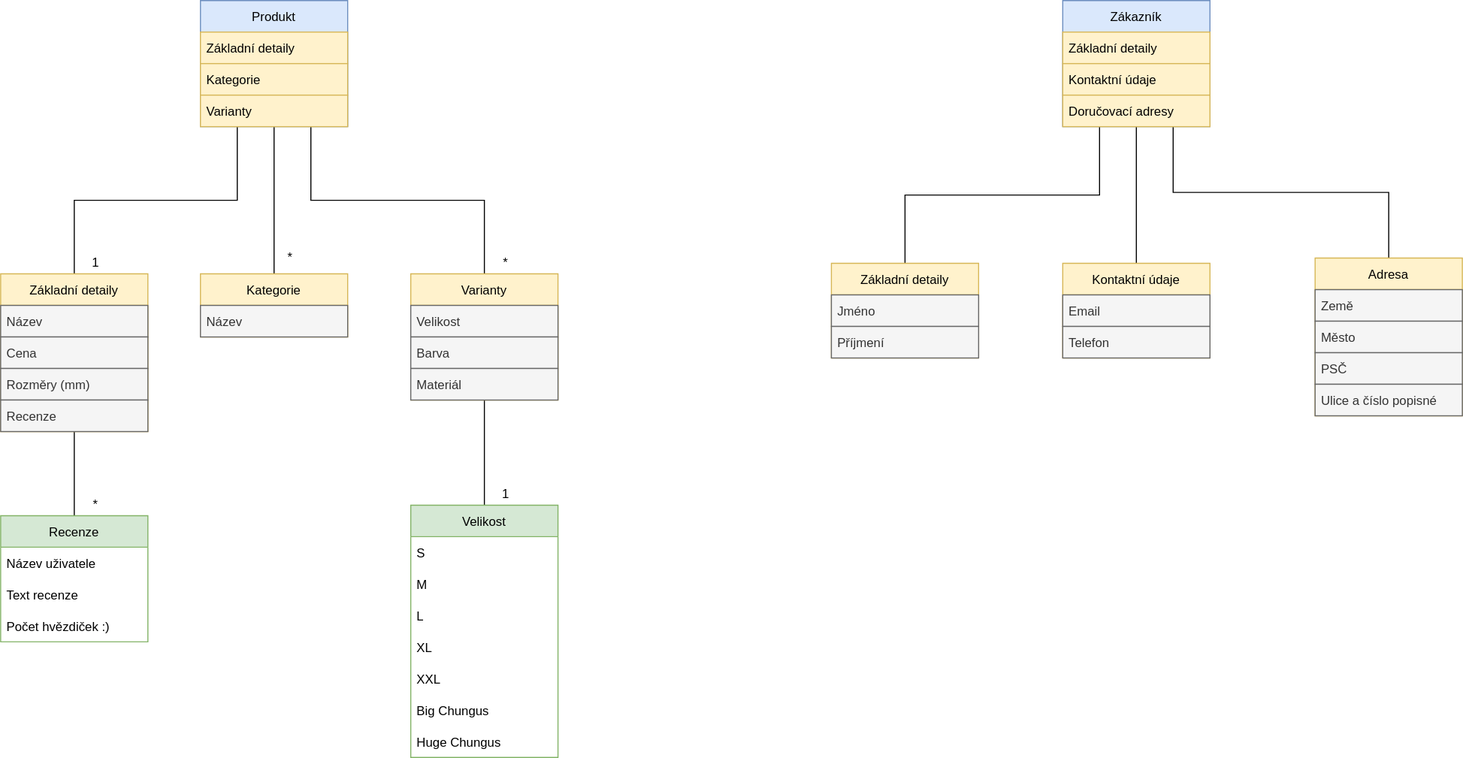
This is Eshop.drawio.svg from TomasKelbasa/diagrams.net, a draw.io export, as it was before one commit. Source tidied: cells renumbered, new cells last; positions are measured from the earlier drawing's top-left corner, leaving out a move shared by most shapes.
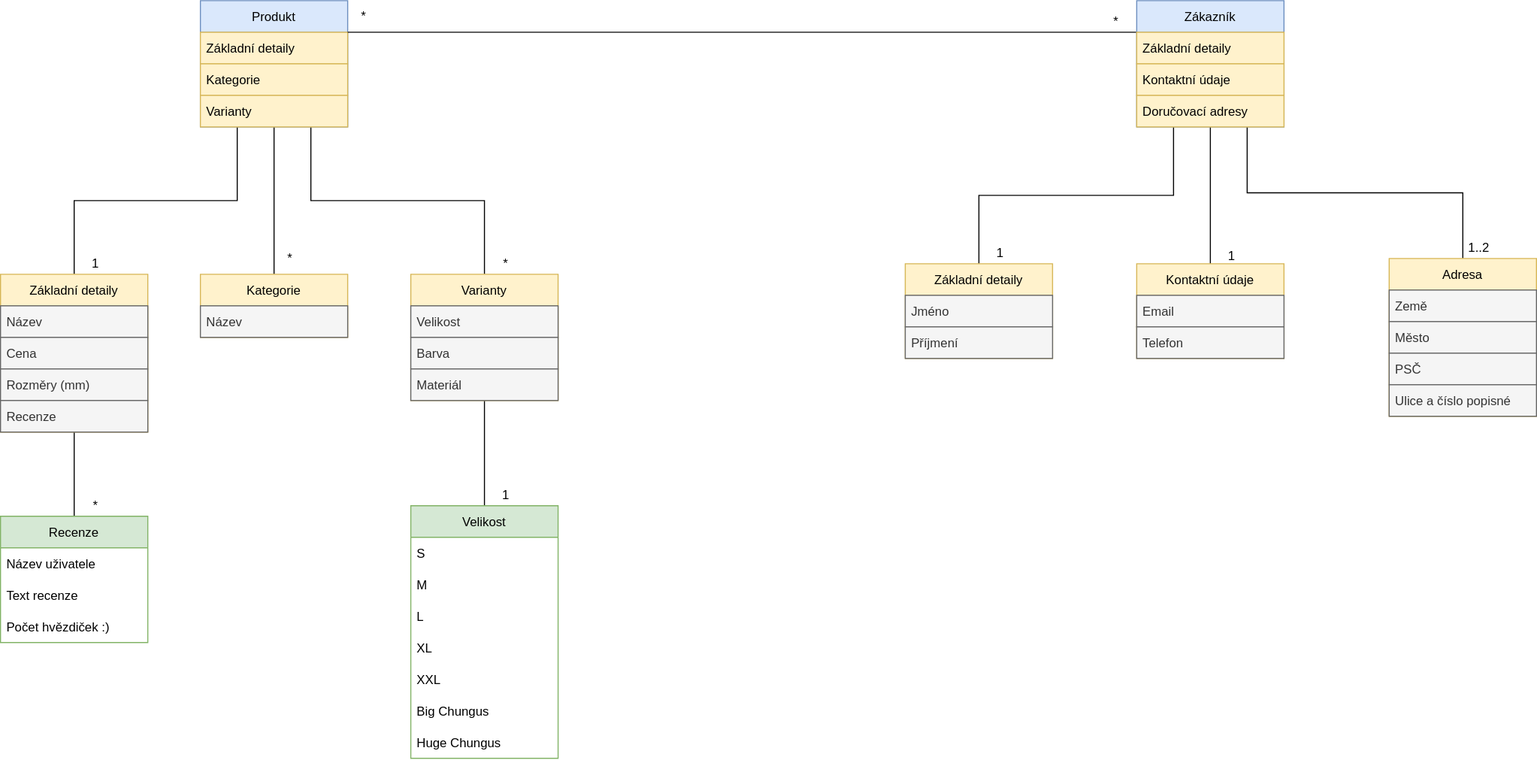
Later version of the same file.

What changed in the source:
```diff
@@ -32,8 +32,11 @@
     <mxCell id="11" style="edgeStyle=orthogonalEdgeStyle;rounded=0;jettySize=auto;html=1;exitX=0.75;exitY=1;exitDx=0;exitDy=0;entryX=0.5;entryY=0;entryDx=0;entryDy=0;endArrow=none;endFill=0;" parent="1" edge="1" source="12" target="34">
       <mxGeometry relative="1" as="geometry" />
     </mxCell>
+    <mxCell id="57" style="edgeStyle=orthogonalEdgeStyle;rounded=0;jettySize=auto;html=1;exitX=0;exitY=0.25;exitDx=0;exitDy=0;entryX=1;entryY=0.25;entryDx=0;entryDy=0;endArrow=none;endFill=0;" parent="1" edge="1" source="12" target="5">
+      <mxGeometry relative="1" as="geometry" />
+    </mxCell>
     <mxCell id="12" value="Zákazník" style="swimlane;fontStyle=0;horizontal=1;startSize=30;fillColor=#dae8fc;strokeColor=#6c8ebf;" parent="1" vertex="1">
-      <mxGeometry x="1010" width="140" height="120" as="geometry" />
+      <mxGeometry x="1080" width="140" height="120" as="geometry" />
     </mxCell>
     <mxCell id="13" value="Základní detaily" style="text;strokeColor=#d6b656;fillColor=#fff2cc;align=left;verticalAlign=middle;spacingLeft=4;spacingRight=4;overflow=hidden;" parent="12" vertex="1">
       <mxGeometry y="30" width="140" height="30" as="geometry" />
@@ -81,7 +84,7 @@
       <mxGeometry y="30" width="140" height="30" as="geometry" />
     </mxCell>
     <mxCell id="28" value="Základní detaily" style="swimlane;fontStyle=0;horizontal=1;startSize=30;fillColor=#fff2cc;strokeColor=#d6b656;" parent="1" vertex="1">
-      <mxGeometry x="790" y="250" width="140" height="90" as="geometry" />
+      <mxGeometry x="860" y="250" width="140" height="90" as="geometry" />
     </mxCell>
     <mxCell id="29" value="Jméno" style="text;strokeColor=#666666;fillColor=#f5f5f5;align=left;verticalAlign=middle;spacingLeft=4;spacingRight=4;overflow=hidden;fontColor=#333333;" parent="28" vertex="1">
       <mxGeometry y="30" width="140" height="30" as="geometry" />
@@ -90,7 +93,7 @@
       <mxGeometry y="60" width="140" height="30" as="geometry" />
     </mxCell>
     <mxCell id="31" value="Kontaktní údaje" style="swimlane;fontStyle=0;horizontal=1;startSize=30;fillColor=#fff2cc;strokeColor=#d6b656;" parent="1" vertex="1">
-      <mxGeometry x="1010" y="250" width="140" height="90" as="geometry" />
+      <mxGeometry x="1080" y="250" width="140" height="90" as="geometry" />
     </mxCell>
     <mxCell id="32" value="Email" style="text;strokeColor=#666666;fillColor=#f5f5f5;align=left;verticalAlign=middle;spacingLeft=4;spacingRight=4;overflow=hidden;fontColor=#333333;" parent="31" vertex="1">
       <mxGeometry y="30" width="140" height="30" as="geometry" />
@@ -99,7 +102,7 @@
       <mxGeometry y="60" width="140" height="30" as="geometry" />
     </mxCell>
     <mxCell id="34" value="Adresa" style="swimlane;fontStyle=0;horizontal=1;startSize=30;fillColor=#fff2cc;strokeColor=#d6b656;" parent="1" vertex="1">
-      <mxGeometry x="1250" y="245" width="140" height="150" as="geometry" />
+      <mxGeometry x="1320" y="245" width="140" height="150" as="geometry" />
     </mxCell>
     <mxCell id="35" value="Země" style="text;strokeColor=#666666;fillColor=#f5f5f5;align=left;verticalAlign=middle;spacingLeft=4;spacingRight=4;overflow=hidden;fontColor=#333333;" parent="34" vertex="1">
       <mxGeometry y="30" width="140" height="30" as="geometry" />
@@ -167,5 +170,20 @@
     <mxCell id="56" value="1" style="text;html=1;align=center;verticalAlign=middle;strokeColor=none;fillColor=none;" parent="1" vertex="1">
       <mxGeometry x="465" y="455" width="30" height="30" as="geometry" />
     </mxCell>
+    <mxCell id="58" value="1" style="text;html=1;align=center;verticalAlign=middle;strokeColor=none;fillColor=none;" parent="1" vertex="1">
+      <mxGeometry x="935" y="225" width="30" height="30" as="geometry" />
+    </mxCell>
+    <mxCell id="59" value="&lt;br&gt;1" style="text;html=1;align=center;verticalAlign=middle;strokeColor=none;fillColor=none;" parent="1" vertex="1">
+      <mxGeometry x="1155" y="215" width="30" height="40" as="geometry" />
+    </mxCell>
+    <mxCell id="60" value="1..2" style="text;html=1;align=center;verticalAlign=middle;strokeColor=none;fillColor=none;" parent="1" vertex="1">
+      <mxGeometry x="1385" y="220" width="40" height="30" as="geometry" />
+    </mxCell>
+    <mxCell id="61" value="*" style="text;html=1;align=center;verticalAlign=middle;strokeColor=none;fillColor=none;" parent="1" vertex="1">
+      <mxGeometry x="330" width="30" height="30" as="geometry" />
+    </mxCell>
+    <mxCell id="62" value="*" style="text;html=1;align=center;verticalAlign=middle;strokeColor=none;fillColor=none;" parent="1" vertex="1">
+      <mxGeometry x="1045" y="5" width="30" height="30" as="geometry" />
+    </mxCell>
   </root>
 </mxGraphModel>
```
